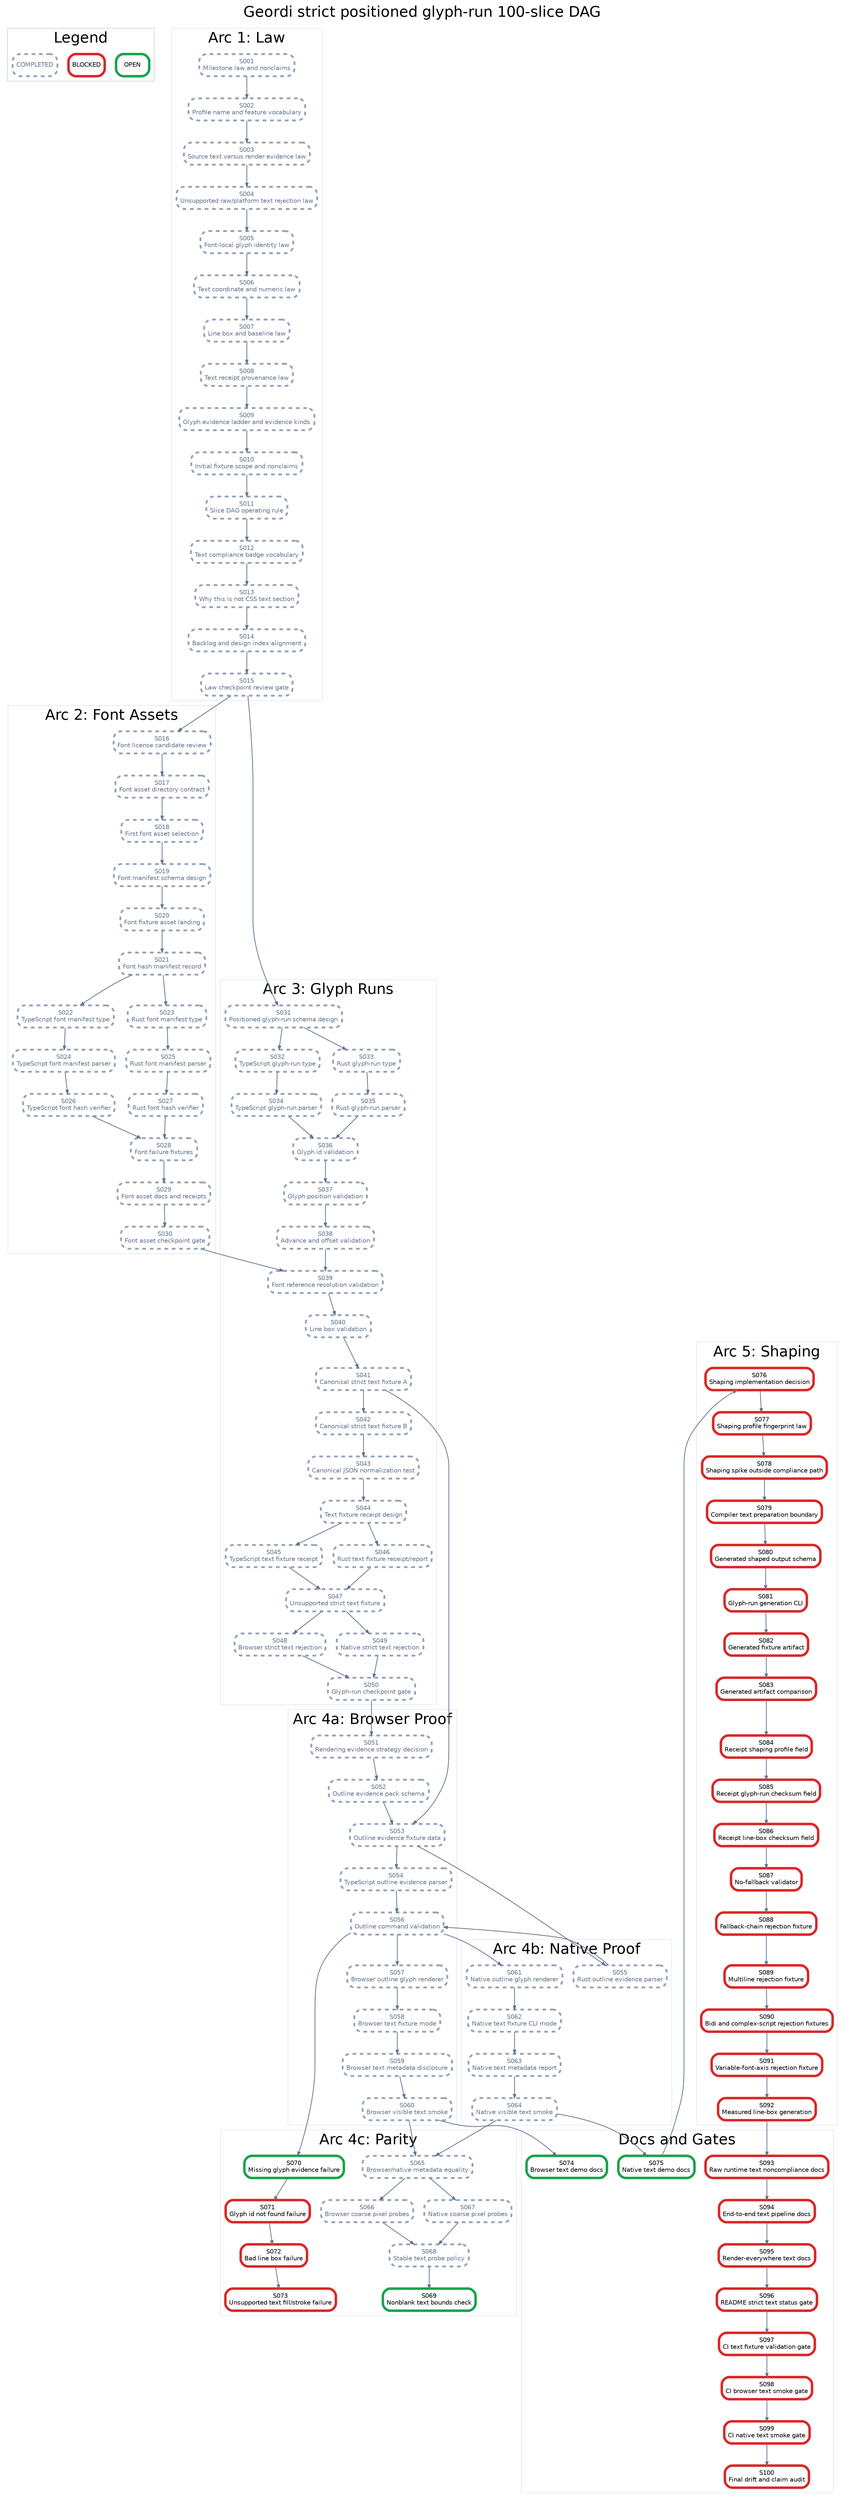
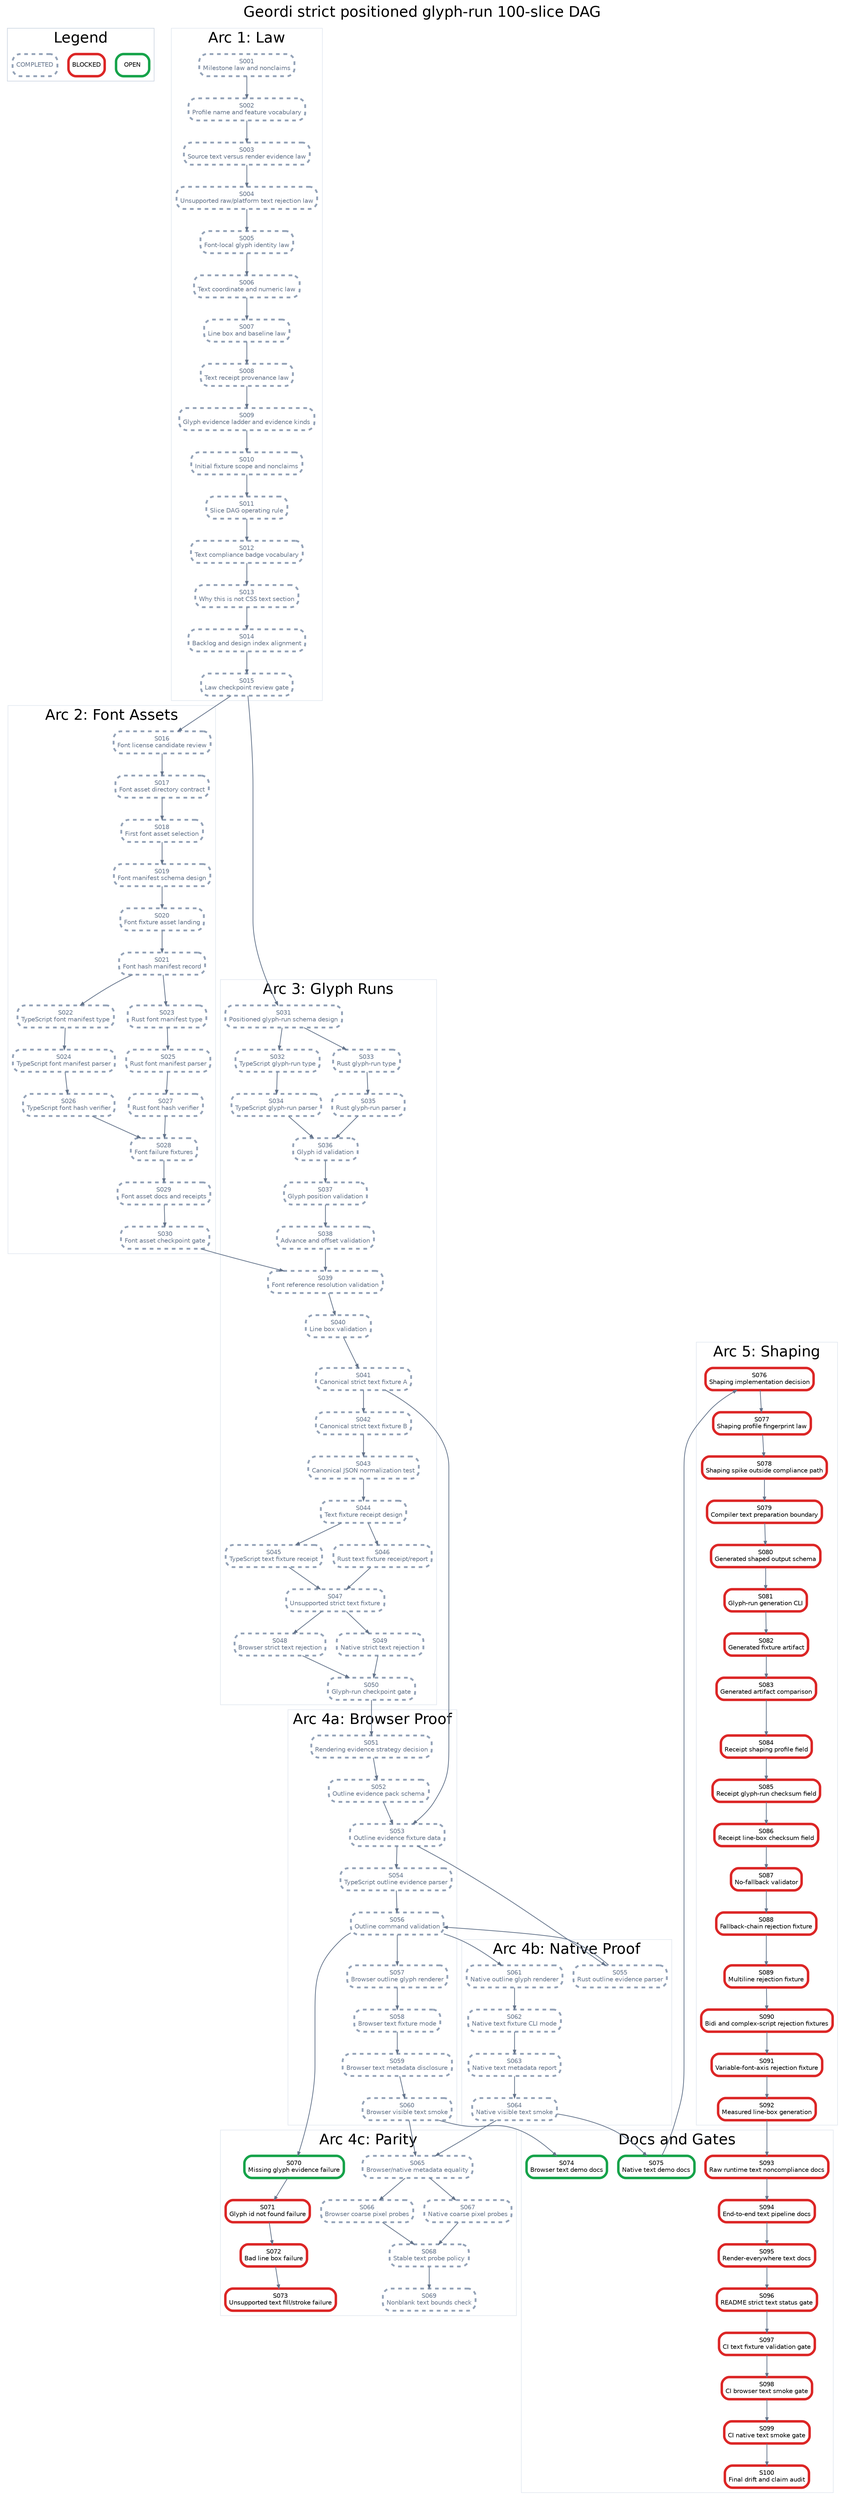
digraph StrictPositionedGlyphRunPlan {
  graph [rankdir=TB, bgcolor="white", fontname="Helvetica", label="Geordi strict positioned glyph-run 100-slice DAG", labelloc="t", fontsize=24];
  node [shape=box, style="rounded,filled", fillcolor="white", fontname="Helvetica", fontsize=10, margin="0.08,0.05"];
  edge [color="#64748b", arrowsize=0.6, penwidth=1.2];

  subgraph cluster_legend {
    label="Legend";
    color="#cbd5e1";
    legend_open [label="OPEN", color="#16a34a", penwidth=4];
    legend_blocked [label="BLOCKED", color="#dc2626", penwidth=4];
    legend_done [label="COMPLETED", color="#94a3b8", penwidth=3, style="rounded,filled,dashed", fontcolor="#64748b"];
  }

  subgraph cluster_law {
    label="Arc 1: Law";
    color="#e2e8f0";
    S001 [label="S001\nMilestone law and nonclaims", color="#94a3b8", penwidth=3, style="rounded,filled,dashed", fontcolor="#64748b"];
    S002 [label="S002\nProfile name and feature vocabulary", color="#94a3b8", penwidth=3, style="rounded,filled,dashed", fontcolor="#64748b"];
    S003 [label="S003\nSource text versus render evidence law", color="#94a3b8", penwidth=3, style="rounded,filled,dashed", fontcolor="#64748b"];
    S004 [label="S004\nUnsupported raw/platform text rejection law", color="#94a3b8", penwidth=3, style="rounded,filled,dashed", fontcolor="#64748b"];
    S005 [label="S005\nFont-local glyph identity law", color="#94a3b8", penwidth=3, style="rounded,filled,dashed", fontcolor="#64748b"];
    S006 [label="S006\nText coordinate and numeric law", color="#94a3b8", penwidth=3, style="rounded,filled,dashed", fontcolor="#64748b"];
    S007 [label="S007\nLine box and baseline law", color="#94a3b8", penwidth=3, style="rounded,filled,dashed", fontcolor="#64748b"];
    S008 [label="S008\nText receipt provenance law", color="#94a3b8", penwidth=3, style="rounded,filled,dashed", fontcolor="#64748b"];
    S009 [label="S009\nGlyph evidence ladder and evidence kinds", color="#94a3b8", penwidth=3, style="rounded,filled,dashed", fontcolor="#64748b"];
    S010 [label="S010\nInitial fixture scope and nonclaims", color="#94a3b8", penwidth=3, style="rounded,filled,dashed", fontcolor="#64748b"];
    S011 [label="S011\nSlice DAG operating rule", color="#94a3b8", penwidth=3, style="rounded,filled,dashed", fontcolor="#64748b"];
    S012 [label="S012\nText compliance badge vocabulary", color="#94a3b8", penwidth=3, style="rounded,filled,dashed", fontcolor="#64748b"];
    S013 [label="S013\nWhy this is not CSS text section", color="#94a3b8", penwidth=3, style="rounded,filled,dashed", fontcolor="#64748b"];
    S014 [label="S014\nBacklog and design index alignment", color="#94a3b8", penwidth=3, style="rounded,filled,dashed", fontcolor="#64748b"];
    S015 [label="S015\nLaw checkpoint review gate", color="#94a3b8", penwidth=3, style="rounded,filled,dashed", fontcolor="#64748b"];
  }

  subgraph cluster_assets {
    label="Arc 2: Font Assets";
    color="#e2e8f0";
    S016 [label="S016\nFont license candidate review", color="#94a3b8", penwidth=3, style="rounded,filled,dashed", fontcolor="#64748b"];
    S017 [label="S017\nFont asset directory contract", color="#94a3b8", penwidth=3, style="rounded,filled,dashed", fontcolor="#64748b"];
    S018 [label="S018\nFirst font asset selection", color="#94a3b8", penwidth=3, style="rounded,filled,dashed", fontcolor="#64748b"];
    S019 [label="S019\nFont manifest schema design", color="#94a3b8", penwidth=3, style="rounded,filled,dashed", fontcolor="#64748b"];
    S020 [label="S020\nFont fixture asset landing", color="#94a3b8", penwidth=3, style="rounded,filled,dashed", fontcolor="#64748b"];
    S021 [label="S021\nFont hash manifest record", color="#94a3b8", penwidth=3, style="rounded,filled,dashed", fontcolor="#64748b"];
    S022 [label="S022\nTypeScript font manifest type", color="#94a3b8", penwidth=3, style="rounded,filled,dashed", fontcolor="#64748b"];
    S023 [label="S023\nRust font manifest type", color="#94a3b8", penwidth=3, style="rounded,filled,dashed", fontcolor="#64748b"];
    S024 [label="S024\nTypeScript font manifest parser", color="#94a3b8", penwidth=3, style="rounded,filled,dashed", fontcolor="#64748b"];
    S025 [label="S025\nRust font manifest parser", color="#94a3b8", penwidth=3, style="rounded,filled,dashed", fontcolor="#64748b"];
    S026 [label="S026\nTypeScript font hash verifier", color="#94a3b8", penwidth=3, style="rounded,filled,dashed", fontcolor="#64748b"];
    S027 [label="S027\nRust font hash verifier", color="#94a3b8", penwidth=3, style="rounded,filled,dashed", fontcolor="#64748b"];
    S028 [label="S028\nFont failure fixtures", color="#94a3b8", penwidth=3, style="rounded,filled,dashed", fontcolor="#64748b"];
    S029 [label="S029\nFont asset docs and receipts", color="#94a3b8", penwidth=3, style="rounded,filled,dashed", fontcolor="#64748b"];
    S030 [label="S030\nFont asset checkpoint gate", color="#94a3b8", penwidth=3, style="rounded,filled,dashed", fontcolor="#64748b"];
  }

  subgraph cluster_glyph {
    label="Arc 3: Glyph Runs";
    color="#e2e8f0";
    S031 [label="S031\nPositioned glyph-run schema design", color="#94a3b8", penwidth=3, style="rounded,filled,dashed", fontcolor="#64748b"];
    S032 [label="S032\nTypeScript glyph-run type", color="#94a3b8", penwidth=3, style="rounded,filled,dashed", fontcolor="#64748b"];
    S033 [label="S033\nRust glyph-run type", color="#94a3b8", penwidth=3, style="rounded,filled,dashed", fontcolor="#64748b"];
    S034 [label="S034\nTypeScript glyph-run parser", color="#94a3b8", penwidth=3, style="rounded,filled,dashed", fontcolor="#64748b"];
    S035 [label="S035\nRust glyph-run parser", color="#94a3b8", penwidth=3, style="rounded,filled,dashed", fontcolor="#64748b"];
    S036 [label="S036\nGlyph id validation", color="#94a3b8", penwidth=3, style="rounded,filled,dashed", fontcolor="#64748b"];
    S037 [label="S037\nGlyph position validation", color="#94a3b8", penwidth=3, style="rounded,filled,dashed", fontcolor="#64748b"];
    S038 [label="S038\nAdvance and offset validation", color="#94a3b8", penwidth=3, style="rounded,filled,dashed", fontcolor="#64748b"];
    S039 [label="S039\nFont reference resolution validation", color="#94a3b8", penwidth=3, style="rounded,filled,dashed", fontcolor="#64748b"];
    S040 [label="S040\nLine box validation", color="#94a3b8", penwidth=3, style="rounded,filled,dashed", fontcolor="#64748b"];
    S041 [label="S041\nCanonical strict text fixture A", color="#94a3b8", penwidth=3, style="rounded,filled,dashed", fontcolor="#64748b"];
    S042 [label="S042\nCanonical strict text fixture B", color="#94a3b8", penwidth=3, style="rounded,filled,dashed", fontcolor="#64748b"];
    S043 [label="S043\nCanonical JSON normalization test", color="#94a3b8", penwidth=3, style="rounded,filled,dashed", fontcolor="#64748b"];
    S044 [label="S044\nText fixture receipt design", color="#94a3b8", penwidth=3, style="rounded,filled,dashed", fontcolor="#64748b"];
    S045 [label="S045\nTypeScript text fixture receipt", color="#94a3b8", penwidth=3, style="rounded,filled,dashed", fontcolor="#64748b"];
    S046 [label="S046\nRust text fixture receipt/report", color="#94a3b8", penwidth=3, style="rounded,filled,dashed", fontcolor="#64748b"];
    S047 [label="S047\nUnsupported strict text fixture", color="#94a3b8", penwidth=3, style="rounded,filled,dashed", fontcolor="#64748b"];
    S048 [label="S048\nBrowser strict text rejection", color="#94a3b8", penwidth=3, style="rounded,filled,dashed", fontcolor="#64748b"];
    S049 [label="S049\nNative strict text rejection", color="#94a3b8", penwidth=3, style="rounded,filled,dashed", fontcolor="#64748b"];
    S050 [label="S050\nGlyph-run checkpoint gate", color="#94a3b8", penwidth=3, style="rounded,filled,dashed", fontcolor="#64748b"];
  }

  subgraph cluster_browser {
    label="Arc 4a: Browser Proof";
    color="#e2e8f0";
    S051 [label="S051\nRendering evidence strategy decision", color="#94a3b8", penwidth=3, style="rounded,filled,dashed", fontcolor="#64748b"];
    S052 [label="S052\nOutline evidence pack schema", color="#94a3b8", penwidth=3, style="rounded,filled,dashed", fontcolor="#64748b"];
    S053 [label="S053\nOutline evidence fixture data", color="#94a3b8", penwidth=3, style="rounded,filled,dashed", fontcolor="#64748b"];
    S054 [label="S054\nTypeScript outline evidence parser", color="#94a3b8", penwidth=3, style="rounded,filled,dashed", fontcolor="#64748b"];
    S056 [label="S056\nOutline command validation", color="#94a3b8", penwidth=3, style="rounded,filled,dashed", fontcolor="#64748b"];
    S057 [label="S057\nBrowser outline glyph renderer", color="#94a3b8", penwidth=3, style="rounded,filled,dashed", fontcolor="#64748b"];
    S058 [label="S058\nBrowser text fixture mode", color="#94a3b8", penwidth=3, style="rounded,filled,dashed", fontcolor="#64748b"];
    S059 [label="S059\nBrowser text metadata disclosure", color="#94a3b8", penwidth=3, style="rounded,filled,dashed", fontcolor="#64748b"];
    S060 [label="S060\nBrowser visible text smoke", color="#94a3b8", penwidth=3, style="rounded,filled,dashed", fontcolor="#64748b"];
  }

  subgraph cluster_native {
    label="Arc 4b: Native Proof";
    color="#e2e8f0";
    S055 [label="S055\nRust outline evidence parser", color="#94a3b8", penwidth=3, style="rounded,filled,dashed", fontcolor="#64748b"];
    S061 [label="S061\nNative outline glyph renderer", color="#94a3b8", penwidth=3, style="rounded,filled,dashed", fontcolor="#64748b"];
    S062 [label="S062\nNative text fixture CLI mode", color="#94a3b8", penwidth=3, style="rounded,filled,dashed", fontcolor="#64748b"];
    S063 [label="S063\nNative text metadata report", color="#94a3b8", penwidth=3, style="rounded,filled,dashed", fontcolor="#64748b"];
    S064 [label="S064\nNative visible text smoke", color="#94a3b8", penwidth=3, style="rounded,filled,dashed", fontcolor="#64748b"];
  }

  subgraph cluster_parity {
    label="Arc 4c: Parity";
    color="#e2e8f0";
    S065 [label="S065\nBrowser/native metadata equality", color="#94a3b8", penwidth=3, style="rounded,filled,dashed", fontcolor="#64748b"];
    S066 [label="S066\nBrowser coarse pixel probes", color="#94a3b8", penwidth=3, style="rounded,filled,dashed", fontcolor="#64748b"];
    S067 [label="S067\nNative coarse pixel probes", color="#94a3b8", penwidth=3, style="rounded,filled,dashed", fontcolor="#64748b"];
    S068 [label="S068\nStable text probe policy", color="#94a3b8", penwidth=3, style="rounded,filled,dashed", fontcolor="#64748b"];
-     S069 [label="S069\nNonblank text bounds check", color="#16a34a", penwidth=4];
+     S069 [label="S069\nNonblank text bounds check", color="#94a3b8", penwidth=3, style="rounded,filled,dashed", fontcolor="#64748b"];
    S070 [label="S070\nMissing glyph evidence failure", color="#16a34a", penwidth=4];
    S071 [label="S071\nGlyph id not found failure", color="#dc2626", penwidth=4];
    S072 [label="S072\nBad line box failure", color="#dc2626", penwidth=4];
    S073 [label="S073\nUnsupported text fill/stroke failure", color="#dc2626", penwidth=4];
  }

  subgraph cluster_shaping {
    label="Arc 5: Shaping";
    color="#e2e8f0";
    S076 [label="S076\nShaping implementation decision", color="#dc2626", penwidth=4];
    S077 [label="S077\nShaping profile fingerprint law", color="#dc2626", penwidth=4];
    S078 [label="S078\nShaping spike outside compliance path", color="#dc2626", penwidth=4];
    S079 [label="S079\nCompiler text preparation boundary", color="#dc2626", penwidth=4];
    S080 [label="S080\nGenerated shaped output schema", color="#dc2626", penwidth=4];
    S081 [label="S081\nGlyph-run generation CLI", color="#dc2626", penwidth=4];
    S082 [label="S082\nGenerated fixture artifact", color="#dc2626", penwidth=4];
    S083 [label="S083\nGenerated artifact comparison", color="#dc2626", penwidth=4];
    S084 [label="S084\nReceipt shaping profile field", color="#dc2626", penwidth=4];
    S085 [label="S085\nReceipt glyph-run checksum field", color="#dc2626", penwidth=4];
    S086 [label="S086\nReceipt line-box checksum field", color="#dc2626", penwidth=4];
    S087 [label="S087\nNo-fallback validator", color="#dc2626", penwidth=4];
    S088 [label="S088\nFallback-chain rejection fixture", color="#dc2626", penwidth=4];
    S089 [label="S089\nMultiline rejection fixture", color="#dc2626", penwidth=4];
    S090 [label="S090\nBidi and complex-script rejection fixtures", color="#dc2626", penwidth=4];
    S091 [label="S091\nVariable-font-axis rejection fixture", color="#dc2626", penwidth=4];
    S092 [label="S092\nMeasured line-box generation", color="#dc2626", penwidth=4];
  }

  subgraph cluster_docs {
    label="Docs and Gates";
    color="#e2e8f0";
    S074 [label="S074\nBrowser text demo docs", color="#16a34a", penwidth=4];
    S075 [label="S075\nNative text demo docs", color="#16a34a", penwidth=4];
    S093 [label="S093\nRaw runtime text noncompliance docs", color="#dc2626", penwidth=4];
    S094 [label="S094\nEnd-to-end text pipeline docs", color="#dc2626", penwidth=4];
    S095 [label="S095\nRender-everywhere text docs", color="#dc2626", penwidth=4];
    S096 [label="S096\nREADME strict text status gate", color="#dc2626", penwidth=4];
    S097 [label="S097\nCI text fixture validation gate", color="#dc2626", penwidth=4];
    S098 [label="S098\nCI browser text smoke gate", color="#dc2626", penwidth=4];
    S099 [label="S099\nCI native text smoke gate", color="#dc2626", penwidth=4];
    S100 [label="S100\nFinal drift and claim audit", color="#dc2626", penwidth=4];
  }

  S001 -> S002;
  S002 -> S003;
  S003 -> S004;
  S004 -> S005;
  S005 -> S006;
  S006 -> S007;
  S007 -> S008;
  S008 -> S009;
  S009 -> S010;
  S010 -> S011;
  S011 -> S012;
  S012 -> S013;
  S013 -> S014;
  S014 -> S015;
  S015 -> S016;
  S016 -> S017;
  S017 -> S018;
  S018 -> S019;
  S019 -> S020;
  S020 -> S021;
  S021 -> S022;
  S021 -> S023;
  S022 -> S024;
  S023 -> S025;
  S024 -> S026;
  S025 -> S027;
  S026 -> S028;
  S027 -> S028;
  S028 -> S029;
  S029 -> S030;
  S015 -> S031;
  S031 -> S032;
  S031 -> S033;
  S032 -> S034;
  S033 -> S035;
  S034 -> S036;
  S035 -> S036;
  S036 -> S037;
  S037 -> S038;
  S038 -> S039;
  S039 -> S040;
  S030 -> S039;
  S040 -> S041;
  S041 -> S042;
  S042 -> S043;
  S043 -> S044;
  S044 -> S045;
  S044 -> S046;
  S045 -> S047;
  S046 -> S047;
  S047 -> S048;
  S047 -> S049;
  S048 -> S050;
  S049 -> S050;
  S050 -> S051;
  S051 -> S052;
  S052 -> S053;
  S041 -> S053;
  S053 -> S054;
  S053 -> S055;
  S054 -> S056;
  S055 -> S056;
  S056 -> S057;
  S057 -> S058;
  S058 -> S059;
  S059 -> S060;
  S056 -> S061;
  S061 -> S062;
  S062 -> S063;
  S063 -> S064;
  S060 -> S065;
  S064 -> S065;
  S065 -> S066;
  S065 -> S067;
  S066 -> S068;
  S067 -> S068;
  S068 -> S069;
  S056 -> S070;
  S070 -> S071;
  S071 -> S072;
  S072 -> S073;
  S060 -> S074;
  S064 -> S075;
  S075 -> S076;
  S076 -> S077;
  S077 -> S078;
  S078 -> S079;
  S079 -> S080;
  S080 -> S081;
  S081 -> S082;
  S082 -> S083;
  S083 -> S084;
  S084 -> S085;
  S085 -> S086;
  S086 -> S087;
  S087 -> S088;
  S088 -> S089;
  S089 -> S090;
  S090 -> S091;
  S091 -> S092;
  S092 -> S093;
  S093 -> S094;
  S094 -> S095;
  S095 -> S096;
  S096 -> S097;
  S097 -> S098;
  S098 -> S099;
  S099 -> S100;
}
